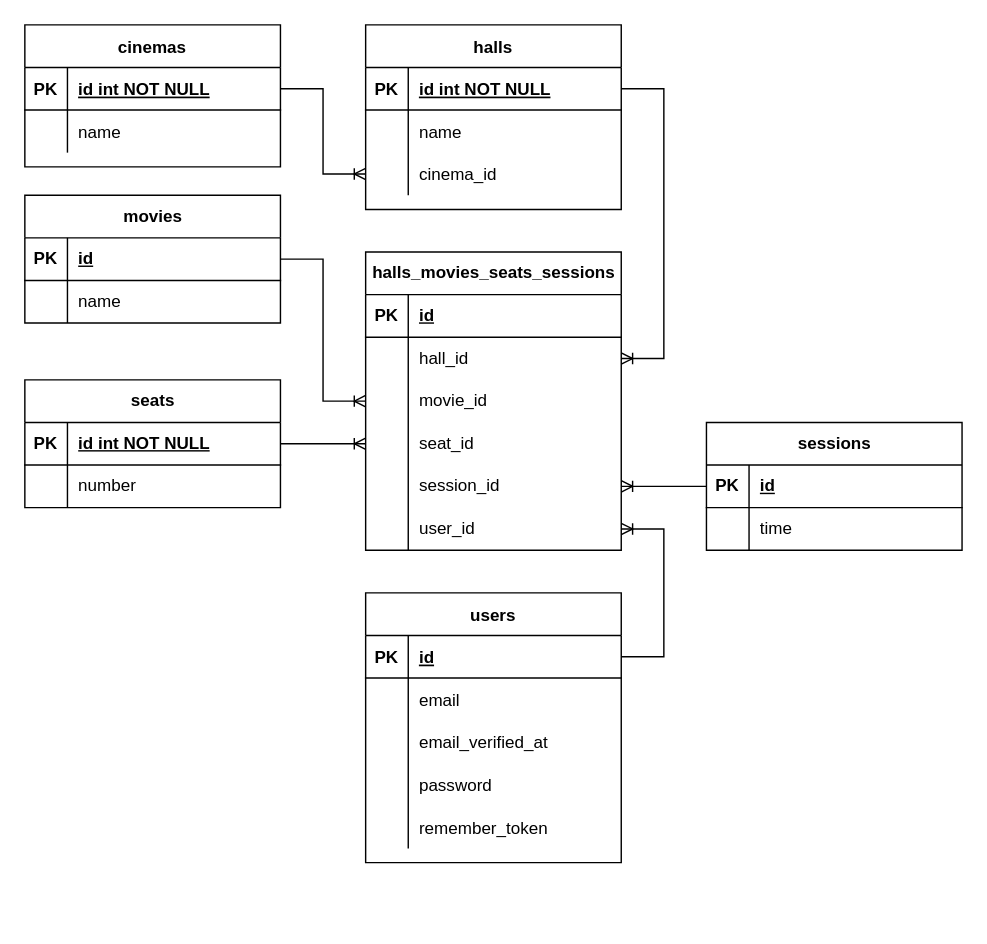
Earlier version of the draw.io diagram cimena_diagram.drawio (eardakbekov1/cinema). Source tidied: cells renumbered, new cells numbered last; positions are measured from the earlier drawing's top-left corner, leaving out a move shared by most shapes. Both pictures are drawn from the tidied source at 142%, with x=0, y=0 at pixel (24, 24).
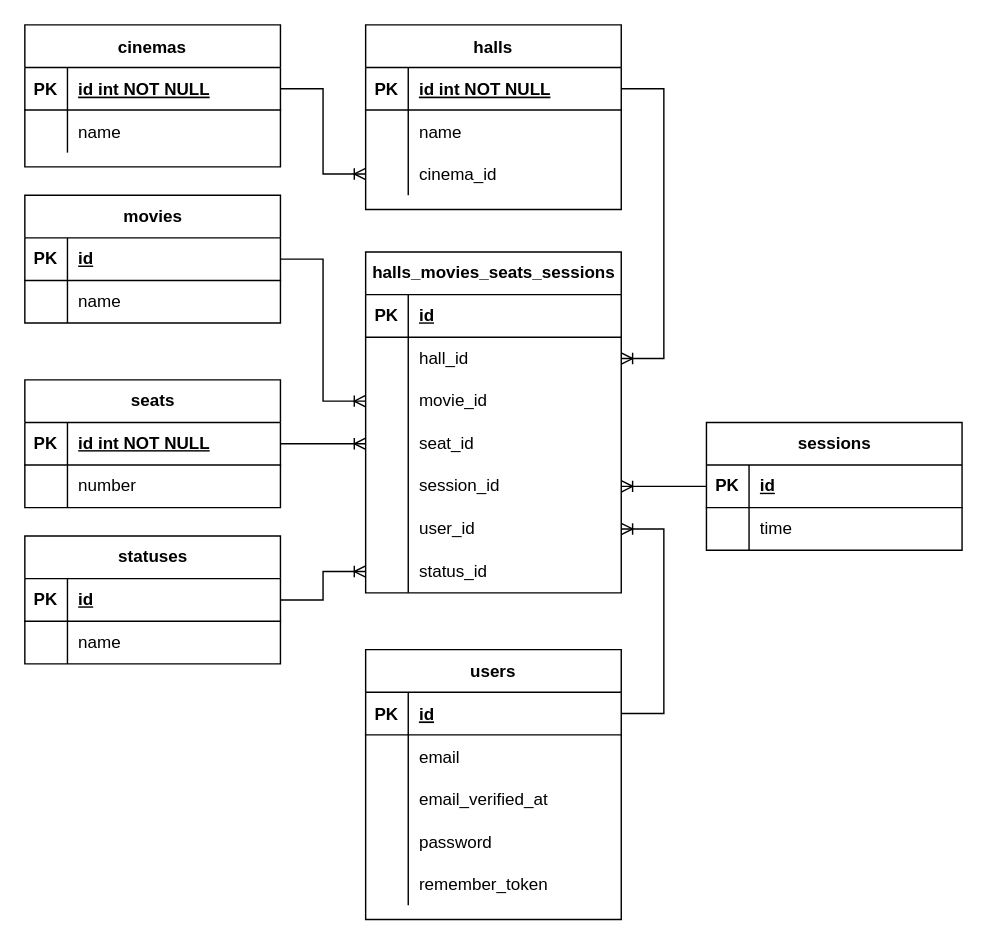
The same diagram, later.

The edit, as a diff of the source:
```diff
@@
     <mxCell id="19" value="users" style="shape=table;startSize=30;childLayout=tableLayout;rowLines=0;fontStyle=1;align=center;" parent="1" vertex="1">
-      <mxGeometry x="240" y="400" width="180" height="190" as="geometry" />
+      <mxGeometry x="240" y="440" width="180" height="190" as="geometry" />
     </mxCell>
@@
     <mxCell id="43" value="halls_movies_seats_sessions" style="shape=table;startSize=30;childLayout=tableLayout;rowLines=0;fontStyle=1;align=center;html=1;" parent="1" vertex="1">
-      <mxGeometry x="240" y="160" width="180" height="210" as="geometry" />
+      <mxGeometry x="240" y="160" width="180" height="240" as="geometry" />
     </mxCell>
@@
+    <mxCell id="81" style="shape=tableRow;horizontal=0;startSize=0;swimlaneHead=0;swimlaneBody=0;fillColor=none;points=[[0,0.5],[1,0.5]];portConstraint=eastwest;top=0;left=0;right=0;bottom=0;" parent="43" vertex="1">
+      <mxGeometry y="210" width="180" height="30" as="geometry" />
+    </mxCell>
+    <mxCell id="82" style="shape=partialRectangle;fillColor=none;top=0;left=0;bottom=0;right=0;overflow=hidden;whiteSpace=wrap;html=1;" parent="81" vertex="1">
+      <mxGeometry width="30" height="30" as="geometry" />
+    </mxCell>
+    <mxCell id="83" value="status_id" style="shape=partialRectangle;fillColor=none;top=0;left=0;bottom=0;right=0;align=left;spacingLeft=6;overflow=hidden;whiteSpace=wrap;html=1;" parent="81" vertex="1">
+      <mxGeometry x="30" width="150" height="30" as="geometry" />
+    </mxCell>
@@
+    <mxCell id="84" value="statuses" style="shape=table;startSize=30;childLayout=tableLayout;rowLines=0;fontStyle=1;align=center;html=1;" parent="1" vertex="1">
+      <mxGeometry y="360" width="180" height="90" as="geometry" />
+    </mxCell>
+    <mxCell id="85" style="shape=tableRow;horizontal=0;startSize=0;swimlaneHead=0;swimlaneBody=0;fillColor=none;points=[[0,0.5],[1,0.5]];portConstraint=eastwest;top=0;left=0;right=0;bottom=1;" parent="84" vertex="1">
+      <mxGeometry y="30" width="180" height="30" as="geometry" />
+    </mxCell>
+    <mxCell id="86" value="PK" style="shape=partialRectangle;fillColor=none;top=0;left=0;bottom=0;right=0;fontStyle=1;overflow=hidden;whiteSpace=wrap;html=1;" parent="85" vertex="1">
+      <mxGeometry width="30" height="30" as="geometry" />
+    </mxCell>
+    <mxCell id="87" value="id" style="shape=partialRectangle;fillColor=none;top=0;left=0;bottom=0;right=0;align=left;spacingLeft=6;fontStyle=5;overflow=hidden;whiteSpace=wrap;html=1;" parent="85" vertex="1">
+      <mxGeometry x="30" width="150" height="30" as="geometry" />
+    </mxCell>
+    <mxCell id="88" style="shape=tableRow;horizontal=0;startSize=0;swimlaneHead=0;swimlaneBody=0;fillColor=none;top=0;left=0;right=0;bottom=0;" parent="84" vertex="1">
+      <mxGeometry y="60" width="180" height="30" as="geometry" />
+    </mxCell>
+    <mxCell id="89" style="shape=partialRectangle;fillColor=none;top=0;left=0;bottom=0;right=0;overflow=hidden;whiteSpace=wrap;html=1;" parent="88" vertex="1">
+      <mxGeometry width="30" height="30" as="geometry" />
+    </mxCell>
+    <mxCell id="90" value="name" style="shape=partialRectangle;fillColor=none;top=0;left=0;bottom=0;right=0;align=left;spacingLeft=6;overflow=hidden;whiteSpace=wrap;html=1;" parent="88" vertex="1">
+      <mxGeometry x="30" width="150" height="30" as="geometry" />
+    </mxCell>
+    <mxCell id="91" style="edgeStyle=entityRelationEdgeStyle;fontSize=12;html=1;endArrow=ERoneToMany;rounded=0;entryX=0;entryY=0.5;entryDx=0;entryDy=0;exitX=1;exitY=0.5;exitDx=0;exitDy=0;" parent="1" edge="1" source="85" target="81">
+      <mxGeometry relative="1" as="geometry" />
+    </mxCell>
```
